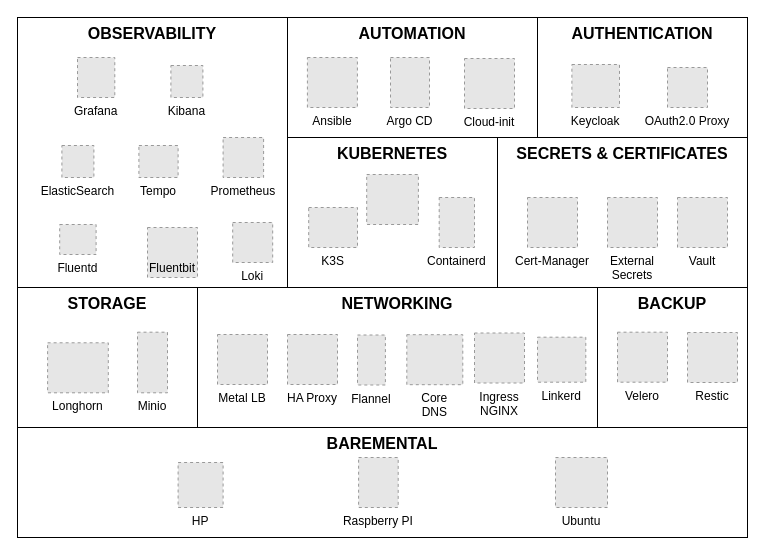
This is design/picluster-stack.drawio from ricsanfre/pi-cluster, a draw.io file, before an edit. Source tidied: cells renumbered, new cells numbered last; positions are measured from the earlier drawing's top-left corner, leaving out a move shared by most shapes. Both pictures are drawn from the tidied source at 100%, with x=0, y=0 at pixel (17, 17). Pictures stored in the file or linked from it are replaced by grey dashed boxes.
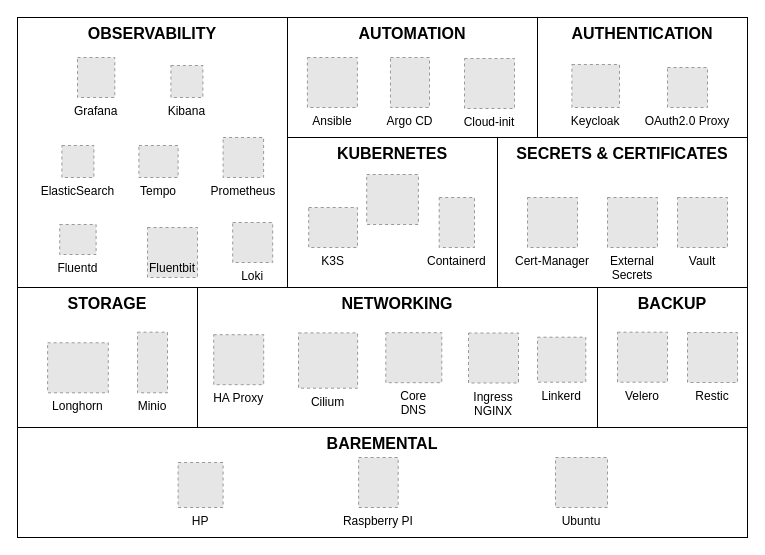
The same diagram, later.

Commit message (it also covers changes not shown here):
Update architecture docs to include cilium

The edit, as a diff of the source:
```diff
@@
-    <mxCell id="18" value="Metal LB" style="fillColor=#E6E6E6;strokeColor=#999999;dashed=1;verticalLabelPosition=bottom;verticalAlign=top;" parent="1" vertex="1">
-      <mxGeometry x="200" y="317" width="50" height="50" as="geometry" />
-    </mxCell>
     <mxCell id="19" value="HA Proxy" style="fillColor=#E6E6E6;strokeColor=#999999;dashed=1;verticalLabelPosition=bottom;verticalAlign=top;" parent="1" vertex="1">
-      <mxGeometry x="270" y="317" width="50" height="50" as="geometry" />
+      <mxGeometry x="196.2" y="317.2" width="50" height="50" as="geometry" />
     </mxCell>
-    <mxCell id="20" value="Flannel" style="fillColor=#E6E6E6;strokeColor=#999999;dashed=1;verticalLabelPosition=bottom;verticalAlign=top;" parent="1" vertex="1">
-      <mxGeometry x="340" y="317.5" width="27.9" height="50" as="geometry" />
-    </mxCell>
     <mxCell id="21" value="Core&#10;DNS" style="fillColor=#E6E6E6;strokeColor=#999999;dashed=1;verticalLabelPosition=bottom;verticalAlign=top;" parent="1" vertex="1">
-      <mxGeometry x="389.3" y="317.2" width="56" height="50" as="geometry" />
+      <mxGeometry x="368.3" y="315.2" width="56" height="50" as="geometry" />
     </mxCell>
     <mxCell id="22" value="Ingress&#10;NGINX" style="fillColor=#E6E6E6;strokeColor=#999999;dashed=1;verticalLabelPosition=bottom;verticalAlign=top;" parent="1" vertex="1">
-      <mxGeometry x="457" y="315.5" width="50" height="50" as="geometry" />
+      <mxGeometry x="451" y="315.5" width="50" height="50" as="geometry" />
     </mxCell>
@@
+    <mxCell id="44" value="Cilium" style="fillColor=#E6E6E6;strokeColor=#999999;dashed=1;verticalLabelPosition=bottom;verticalAlign=top;" parent="1" vertex="1">
+      <mxGeometry x="281" y="315.4" width="59.1" height="55.3" as="geometry" />
+    </mxCell>
```
